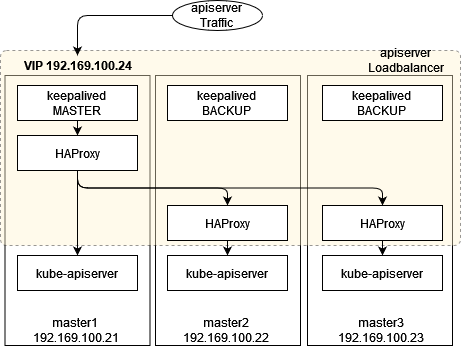
This is Kubernetes/workload-loadbalancing.png from ubbig/Server, a draw.io export, as it was before one commit. Source tidied: cells renumbered, new cells last; positions are measured from the earlier drawing's top-left corner, leaving out a move shared by most shapes.
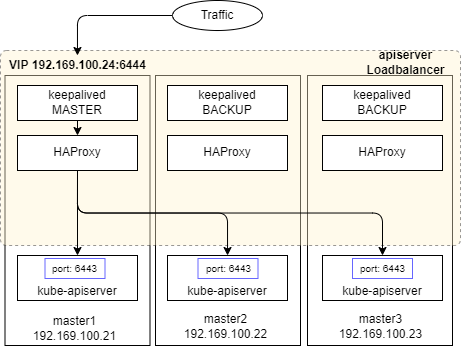
Above is the later version.

The edit, as a diff of the source:
```diff
@@ -27,58 +27,61 @@
       <mxGeometry x="322" y="85" width="120" height="35" as="geometry" />
     </mxCell>
     <mxCell id="10" value="&lt;div&gt;master1&lt;br&gt;&lt;/div&gt;&lt;div&gt;192.169.100.21&lt;/div&gt;" style="text;html=1;align=center;verticalAlign=middle;strokeColor=none;fillColor=none;" parent="1" vertex="1">
-      <mxGeometry x="24.5" y="315" width="100" height="30" as="geometry" />
+      <mxGeometry x="24.5" y="313" width="100" height="30" as="geometry" />
     </mxCell>
     <mxCell id="11" value="&lt;div&gt;master2&lt;/div&gt;&lt;div&gt;192.169.100.22&lt;/div&gt;" style="text;html=1;align=center;verticalAlign=middle;strokeColor=none;fillColor=none;" parent="1" vertex="1">
-      <mxGeometry x="174.5" y="315" width="100" height="30" as="geometry" />
+      <mxGeometry x="174.5" y="313" width="100" height="30" as="geometry" />
     </mxCell>
     <mxCell id="12" value="&lt;div&gt;master3&lt;/div&gt;&lt;div&gt;192.169.100.23&lt;/div&gt;" style="text;html=1;align=center;verticalAlign=middle;strokeColor=none;fillColor=none;" parent="1" vertex="1">
-      <mxGeometry x="329.5" y="315" width="100" height="30" as="geometry" />
+      <mxGeometry x="329.5" y="311" width="100" height="30" as="geometry" />
     </mxCell>
-    <mxCell id="13" value="VIP 192.169.100.24" style="text;html=1;align=center;verticalAlign=middle;points=[];strokeColor=none;fillColor=none;fontStyle=1;" parent="1" vertex="1">
-      <mxGeometry x="17" y="55" width="120" height="20" as="geometry" />
+    <mxCell id="13" value="VIP 192.169.100.24:6444" style="text;html=1;align=center;verticalAlign=middle;points=[];strokeColor=none;fillColor=none;fontStyle=1;" parent="1" vertex="1">
+      <mxGeometry x="2" y="55" width="150" height="20" as="geometry" />
     </mxCell>
-    <mxCell id="14" style="edgeStyle=orthogonalEdgeStyle;html=1;exitX=0.5;exitY=1;exitDx=0;exitDy=0;entryX=0.5;entryY=0;entryDx=0;entryDy=0;" parent="1" edge="1" source="17" target="19">
+    <mxCell id="14" style="edgeStyle=orthogonalEdgeStyle;html=1;exitX=0.5;exitY=1;exitDx=0;exitDy=0;entryX=0.5;entryY=0;entryDx=0;entryDy=0;" parent="1" edge="1" source="17" target="21">
       <mxGeometry relative="1" as="geometry" />
     </mxCell>
-    <mxCell id="15" style="edgeStyle=orthogonalEdgeStyle;html=1;exitX=0.5;exitY=1;exitDx=0;exitDy=0;entryX=0.5;entryY=0;entryDx=0;entryDy=0;" parent="1" edge="1" source="17" target="21">
+    <mxCell id="15" style="edgeStyle=orthogonalEdgeStyle;html=1;exitX=0.5;exitY=1;exitDx=0;exitDy=0;" parent="1" edge="1" source="17" target="20">
       <mxGeometry relative="1" as="geometry" />
     </mxCell>
-    <mxCell id="16" style="edgeStyle=orthogonalEdgeStyle;html=1;exitX=0.5;exitY=1;exitDx=0;exitDy=0;" parent="1" edge="1" source="17" target="24">
+    <mxCell id="16" style="edgeStyle=orthogonalEdgeStyle;html=1;exitX=0.5;exitY=1;exitDx=0;exitDy=0;" parent="1" edge="1" source="17" target="22">
       <mxGeometry relative="1" as="geometry" />
     </mxCell>
     <mxCell id="17" value="HAProxy" style="rounded=0;whiteSpace=wrap;html=1;" parent="1" vertex="1">
       <mxGeometry x="17" y="135" width="120" height="35" as="geometry" />
     </mxCell>
-    <mxCell id="18" style="edgeStyle=orthogonalEdgeStyle;html=1;exitX=0.5;exitY=1;exitDx=0;exitDy=0;entryX=0.5;entryY=0;entryDx=0;entryDy=0;" parent="1" edge="1" source="19" target="22">
-      <mxGeometry relative="1" as="geometry" />
+    <mxCell id="18" value="HAProxy" style="rounded=0;whiteSpace=wrap;html=1;" parent="1" vertex="1">
+      <mxGeometry x="167" y="135" width="120" height="35" as="geometry" />
     </mxCell>
     <mxCell id="19" value="HAProxy" style="rounded=0;whiteSpace=wrap;html=1;" parent="1" vertex="1">
-      <mxGeometry x="167" y="205" width="120" height="35" as="geometry" />
+      <mxGeometry x="322" y="135" width="120" height="35" as="geometry" />
     </mxCell>
-    <mxCell id="20" style="edgeStyle=orthogonalEdgeStyle;html=1;exitX=0.5;exitY=1;exitDx=0;exitDy=0;entryX=0.5;entryY=0;entryDx=0;entryDy=0;" parent="1" edge="1" source="21" target="23">
-      <mxGeometry relative="1" as="geometry" />
+    <mxCell id="20" value="kube-apiserver" style="rounded=0;whiteSpace=wrap;html=1;verticalAlign=bottom;" parent="1" vertex="1">
+      <mxGeometry x="167" y="255" width="120" height="45" as="geometry" />
     </mxCell>
-    <mxCell id="21" value="HAProxy" style="rounded=0;whiteSpace=wrap;html=1;" parent="1" vertex="1">
-      <mxGeometry x="322" y="205" width="120" height="35" as="geometry" />
+    <mxCell id="21" value="kube-apiserver" style="rounded=0;whiteSpace=wrap;html=1;verticalAlign=bottom;" parent="1" vertex="1">
+      <mxGeometry x="322" y="255" width="120" height="45" as="geometry" />
     </mxCell>
-    <mxCell id="22" value="kube-apiserver" style="rounded=0;whiteSpace=wrap;html=1;" parent="1" vertex="1">
-      <mxGeometry x="167" y="255" width="120" height="35" as="geometry" />
+    <mxCell id="22" value="kube-apiserver" style="rounded=0;whiteSpace=wrap;html=1;verticalAlign=bottom;" parent="1" vertex="1">
+      <mxGeometry x="17" y="255" width="120" height="45" as="geometry" />
     </mxCell>
-    <mxCell id="23" value="kube-apiserver" style="rounded=0;whiteSpace=wrap;html=1;" parent="1" vertex="1">
-      <mxGeometry x="322" y="255" width="120" height="35" as="geometry" />
+    <mxCell id="23" style="edgeStyle=orthogonalEdgeStyle;html=1;" parent="1" edge="1" source="24" target="13">
+      <mxGeometry relative="1" as="geometry" />
     </mxCell>
-    <mxCell id="24" value="kube-apiserver" style="rounded=0;whiteSpace=wrap;html=1;" parent="1" vertex="1">
-      <mxGeometry x="17" y="255" width="120" height="35" as="geometry" />
+    <mxCell id="24" value="Traffic" style="ellipse;whiteSpace=wrap;html=1;" parent="1" vertex="1">
+      <mxGeometry x="172" width="90" height="30" as="geometry" />
     </mxCell>
-    <mxCell id="25" style="edgeStyle=orthogonalEdgeStyle;html=1;" parent="1" edge="1" source="26" target="13">
-      <mxGeometry relative="1" as="geometry" />
+    <mxCell id="25" value="apiserver&lt;br&gt;Loadbalancer" style="text;html=1;align=center;verticalAlign=middle;strokeColor=none;fontStyle=1;" parent="1" vertex="1">
+      <mxGeometry x="360" y="47" width="90" height="30" as="geometry" />
     </mxCell>
-    <mxCell id="26" value="apiserver&lt;br&gt;Traffic" style="ellipse;whiteSpace=wrap;html=1;" parent="1" vertex="1">
-      <mxGeometry x="172" width="90" height="30" as="geometry" />
+    <mxCell id="26" value="port: 6443" style="text;html=1;align=center;verticalAlign=middle;points=[];strokeColor=#6666FF;fillColor=default;fontSize=10;" parent="1" vertex="1">
+      <mxGeometry x="44.5" y="258" width="60" height="20" as="geometry" />
     </mxCell>
-    <mxCell id="27" value="apiserver&lt;br&gt;Loadbalancer" style="text;html=1;align=center;verticalAlign=middle;strokeColor=none;" parent="1" vertex="1">
-      <mxGeometry x="360" y="45" width="90" height="30" as="geometry" />
+    <mxCell id="27" value="port: 6443" style="text;html=1;align=center;verticalAlign=middle;strokeColor=#6666FF;fillColor=default;fontSize=10;" parent="1" vertex="1">
+      <mxGeometry x="197.5" y="258" width="60" height="20" as="geometry" />
     </mxCell>
+    <mxCell id="28" value="port: 6443" style="text;html=1;align=center;verticalAlign=middle;strokeColor=#6666FF;fillColor=default;fontSize=10;" parent="1" vertex="1">
+      <mxGeometry x="352" y="258" width="60" height="20" as="geometry" />
+    </mxCell>
   </root>
 </mxGraphModel>
```
